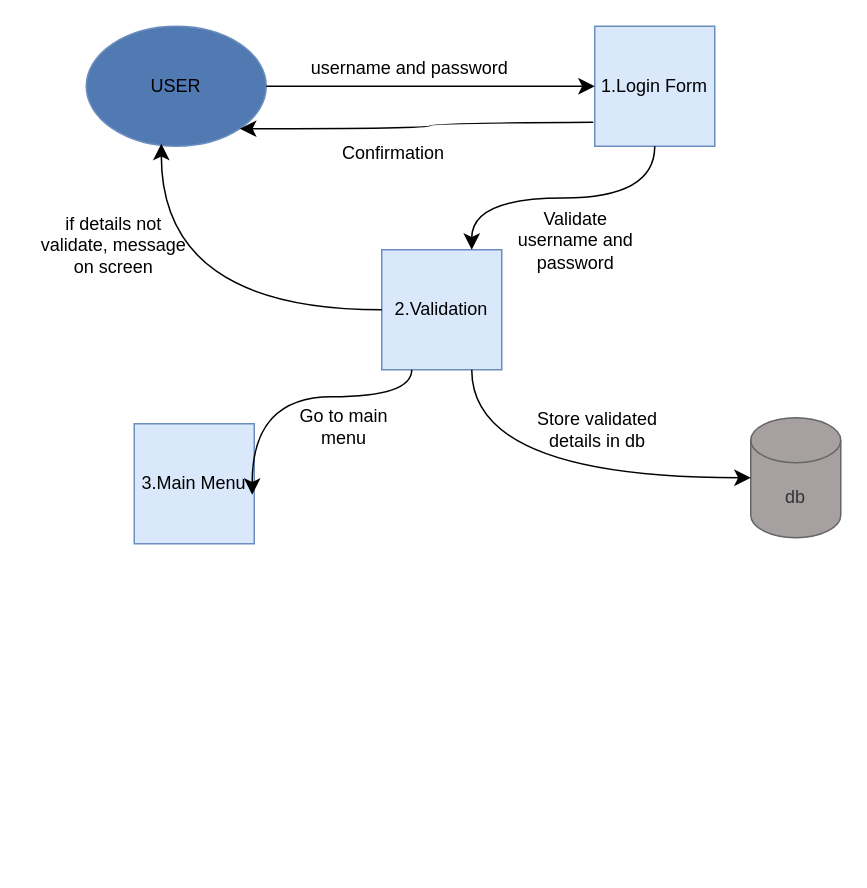
This is login dfd.drawio from B34427/ComputingProject, a draw.io file, before an edit. Source tidied: cells renumbered, new cells numbered last; positions are measured from the earlier drawing's top-left corner, leaving out a move shared by most shapes. Both pictures are drawn from the tidied source at 150%, with x=0, y=0 at pixel (34, 26).
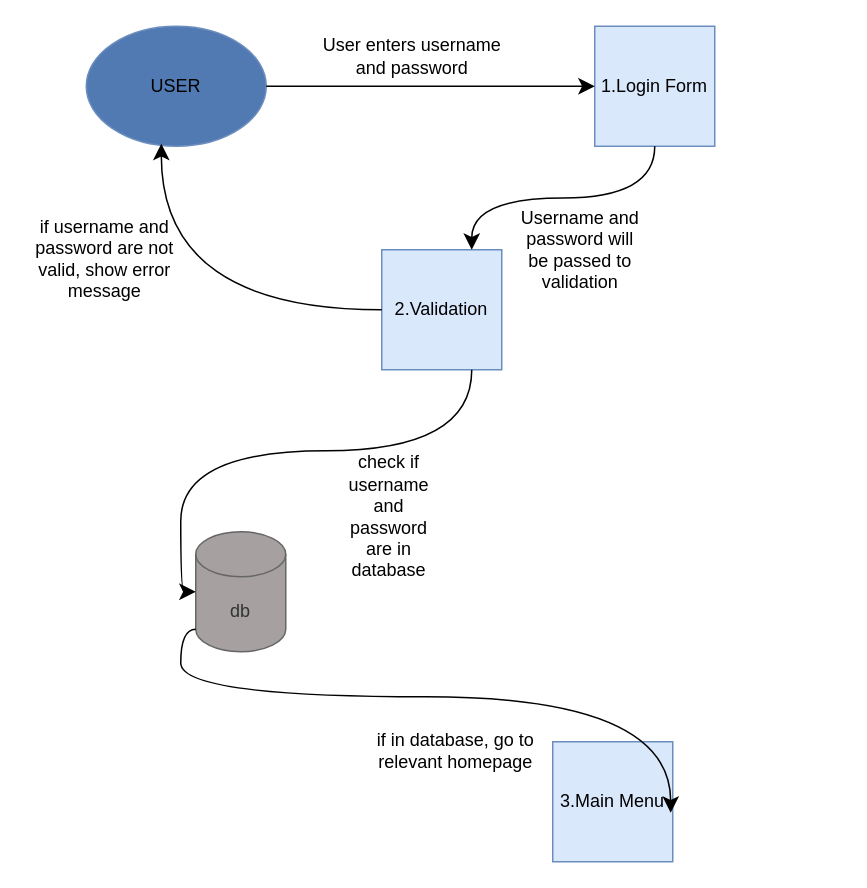
The same diagram, later.

What changed in the source:
```diff
@@
 <mxGraphModel>
   <root>
     <mxCell id="0" />
     <mxCell id="1" parent="0" />
     <mxCell id="2" value="USER" style="ellipse;whiteSpace=wrap;html=1;fillColor=light-dark(#517ab3, #1d293b);strokeColor=#6c8ebf;" parent="1" vertex="1">
       <mxGeometry x="34" width="120" height="80" as="geometry" />
     </mxCell>
     <mxCell id="3" value="2.Validation" style="whiteSpace=wrap;html=1;fillColor=#dae8fc;strokeColor=#6c8ebf;" parent="1" vertex="1">
       <mxGeometry x="231" y="149" width="80" height="80" as="geometry" />
     </mxCell>
     <mxCell id="4" value="1.Login Form" style="whiteSpace=wrap;html=1;fillColor=#dae8fc;strokeColor=#6c8ebf;" parent="1" vertex="1">
       <mxGeometry x="373" width="80" height="80" as="geometry" />
     </mxCell>
     <mxCell id="5" value="3.Main Menu" style="whiteSpace=wrap;html=1;fillColor=#dae8fc;strokeColor=#6c8ebf;" parent="1" vertex="1">
-      <mxGeometry x="66" y="265" width="80" height="80" as="geometry" />
+      <mxGeometry x="345" y="477" width="80" height="80" as="geometry" />
     </mxCell>
     <mxCell id="6" value="db" style="shape=cylinder3;whiteSpace=wrap;html=1;boundedLbl=1;backgroundOutline=1;size=15;fillColor=light-dark(#a6a0a0, #1a1a1a);fontColor=#333333;strokeColor=#666666;" parent="1" vertex="1">
-      <mxGeometry x="477" y="261" width="60" height="80" as="geometry" />
+      <mxGeometry x="107" y="337" width="60" height="80" as="geometry" />
     </mxCell>
     <mxCell id="7" style="curved=1;endArrow=classic;html=1;rounded=0;fontSize=12;startSize=8;endSize=8;entryX=0;entryY=0.5;entryDx=0;entryDy=0;exitX=1;exitY=0.5;exitDx=0;exitDy=0;edgeStyle=orthogonalEdgeStyle;" parent="1" edge="1" source="2" target="4">
       <mxGeometry relative="1" as="geometry" />
     </mxCell>
     <mxCell id="8" style="curved=1;endArrow=classic;html=1;rounded=0;fontSize=12;startSize=8;endSize=8;entryX=0.75;entryY=0;entryDx=0;entryDy=0;exitX=0.5;exitY=1;exitDx=0;exitDy=0;edgeStyle=orthogonalEdgeStyle;" parent="1" edge="1" source="4" target="3">
       <mxGeometry relative="1" as="geometry" />
     </mxCell>
-    <mxCell id="9" style="curved=1;endArrow=classic;html=1;rounded=0;fontSize=12;startSize=8;endSize=8;entryX=1;entryY=1;entryDx=0;entryDy=0;edgeStyle=orthogonalEdgeStyle;" parent="1" edge="1" target="2">
-      <mxGeometry relative="1" as="geometry">
-        <mxPoint x="372" y="64" as="sourcePoint" />
-      </mxGeometry>
-    </mxCell>
     <mxCell id="10" style="curved=1;endArrow=classic;html=1;rounded=0;fontSize=12;startSize=8;endSize=8;entryX=0;entryY=0.5;entryDx=0;entryDy=0;entryPerimeter=0;exitX=0.75;exitY=1;exitDx=0;exitDy=0;edgeStyle=orthogonalEdgeStyle;" parent="1" edge="1" source="3" target="6">
       <mxGeometry relative="1" as="geometry" />
     </mxCell>
-    <mxCell id="11" style="curved=1;endArrow=classic;html=1;rounded=0;fontSize=12;startSize=8;endSize=8;entryX=0.983;entryY=0.592;entryDx=0;entryDy=0;entryPerimeter=0;exitX=0.25;exitY=1;exitDx=0;exitDy=0;edgeStyle=orthogonalEdgeStyle;" parent="1" edge="1" source="3" target="5">
+    <mxCell id="11" style="curved=1;endArrow=classic;html=1;rounded=0;fontSize=12;startSize=8;endSize=8;entryX=0.983;entryY=0.592;entryDx=0;entryDy=0;entryPerimeter=0;exitX=0;exitY=1;exitDx=0;exitDy=-15;edgeStyle=orthogonalEdgeStyle;exitPerimeter=0;" parent="1" edge="1" source="6" target="5">
       <mxGeometry relative="1" as="geometry" />
     </mxCell>
     <mxCell id="12" style="curved=1;endArrow=classic;html=1;rounded=0;fontSize=12;startSize=8;endSize=8;exitX=0;exitY=0.5;exitDx=0;exitDy=0;edgeStyle=orthogonalEdgeStyle;entryX=0.417;entryY=0.979;entryDx=0;entryDy=0;entryPerimeter=0;" parent="1" edge="1" source="3" target="2">
       <mxGeometry relative="1" as="geometry" />
     </mxCell>
-    <mxCell id="13" value="username and password&amp;nbsp;" style="text;html=1;align=center;verticalAlign=middle;whiteSpace=wrap;rounded=0;" parent="1" vertex="1">
-      <mxGeometry x="181" y="15" width="141" height="25" as="geometry" />
+    <mxCell id="13" value="User enters username and password" style="text;html=1;align=center;verticalAlign=middle;whiteSpace=wrap;rounded=0;" parent="1" vertex="1">
+      <mxGeometry x="181" y="7" width="141" height="25" as="geometry" />
     </mxCell>
-    <mxCell id="14" value="Confirmation" style="text;html=1;align=center;verticalAlign=middle;whiteSpace=wrap;rounded=0;" parent="1" vertex="1">
-      <mxGeometry x="209" y="70" width="60" height="30" as="geometry" />
-    </mxCell>
-    <mxCell id="15" value="Validate username and password" style="text;html=1;align=center;verticalAlign=middle;whiteSpace=wrap;rounded=0;" parent="1" vertex="1">
-      <mxGeometry x="319" y="119" width="83" height="47" as="geometry" />
+    <mxCell id="15" value="Username and password will be passed to validation" style="text;html=1;align=center;verticalAlign=middle;whiteSpace=wrap;rounded=0;" parent="1" vertex="1">
+      <mxGeometry x="322" y="125" width="83" height="47" as="geometry" />
     </mxCell>
-    <mxCell id="16" value="Store validated details in db" style="text;html=1;align=center;verticalAlign=middle;whiteSpace=wrap;rounded=0;" parent="1" vertex="1">
-      <mxGeometry x="332" y="249" width="86" height="39" as="geometry" />
-    </mxCell>
-    <mxCell id="17" value="Go to main menu" style="text;html=1;align=center;verticalAlign=middle;whiteSpace=wrap;rounded=0;" parent="1" vertex="1">
-      <mxGeometry x="171" y="253.5" width="70" height="27.5" as="geometry" />
-    </mxCell>
-    <mxCell id="18" value="if details not validate, message on screen" style="text;html=1;align=center;verticalAlign=middle;whiteSpace=wrap;rounded=0;" parent="1" vertex="1">
-      <mxGeometry y="130" width="105" height="31" as="geometry" />
+    <mxCell id="18" value="if username and password are not valid, show error message" style="text;html=1;align=center;verticalAlign=middle;whiteSpace=wrap;rounded=0;" parent="1" vertex="1">
+      <mxGeometry x="-6" y="139" width="105" height="31" as="geometry" />
     </mxCell>
+    <mxCell id="19" value="check if username and password are in database" style="text;html=1;align=center;verticalAlign=middle;whiteSpace=wrap;rounded=0;" parent="1" vertex="1">
+      <mxGeometry x="206" y="312" width="60" height="30" as="geometry" />
+    </mxCell>
+    <mxCell id="20" value="if in database, go to relevant homepage" style="text;html=1;align=center;verticalAlign=middle;whiteSpace=wrap;rounded=0;" parent="1" vertex="1">
+      <mxGeometry x="224" y="464" width="113" height="37" as="geometry" />
+    </mxCell>
   </root>
 </mxGraphModel>
```
